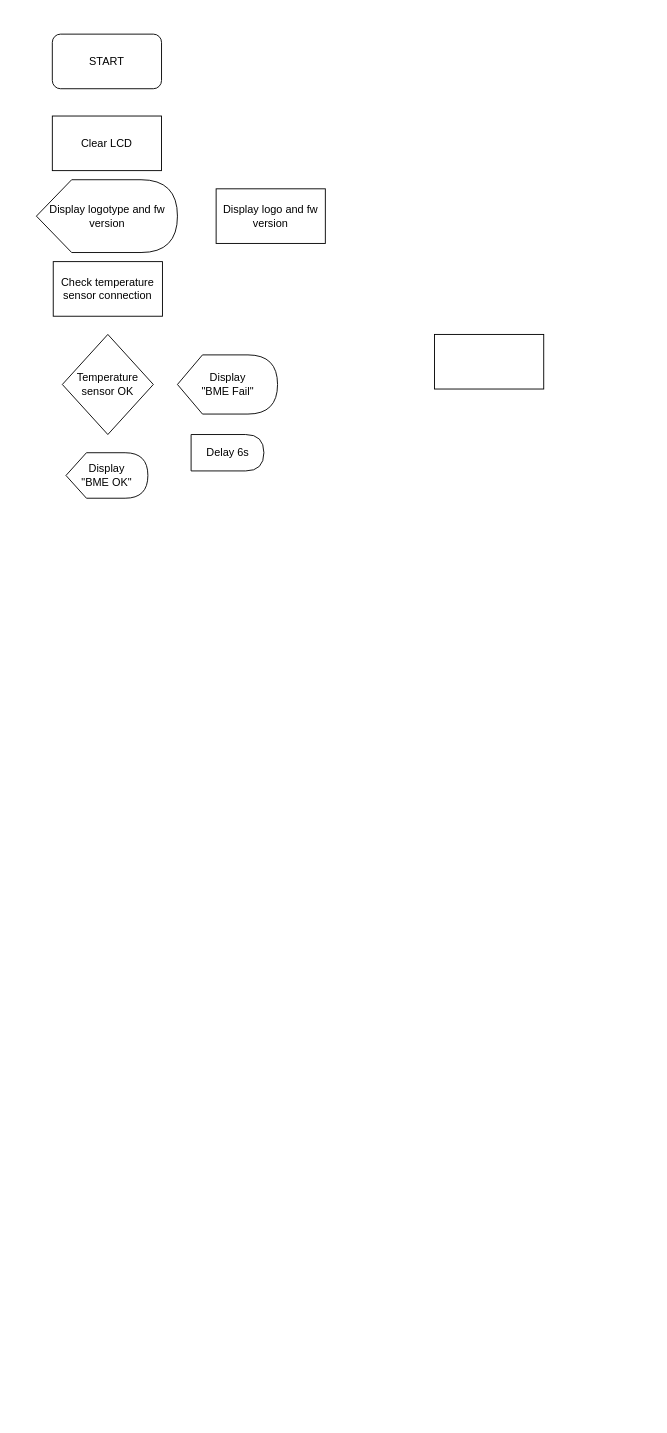
Before: Diagram/Scooter UI.drawio in astra404/blockdiagram, a draw.io diagram. Source tidied: cells renumbered, new cells numbered last; positions are measured from the earlier drawing's top-left corner, leaving out a move shared by most shapes. Both pictures are drawn from the tidied source at 91%, with x=0, y=0 at pixel (35, 34).
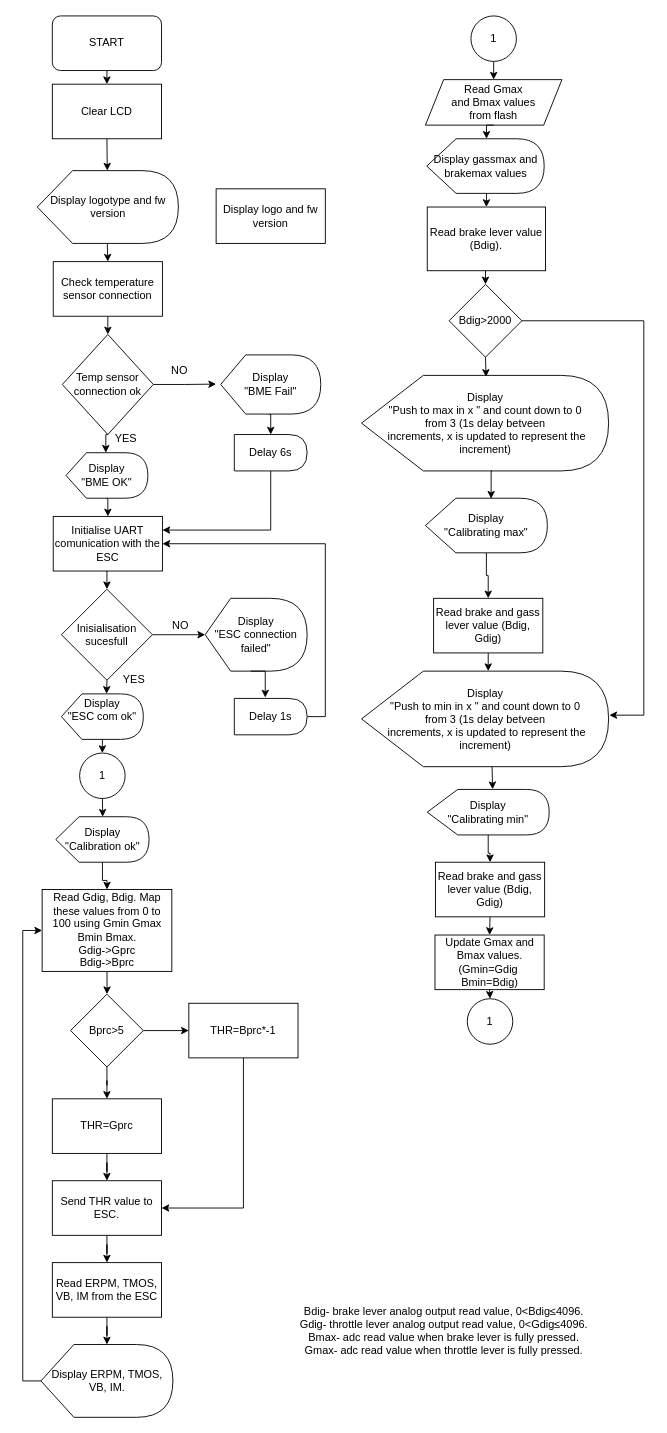
The same page after the edit.

The change refers to these unchanged cells:
```xml
<mxCell id="5" value="Check temperature sensor connection" style="rounded=0;whiteSpace=wrap;html=1;" parent="1" vertex="1">
  <mxGeometry x="19" y="250" width="120" height="60" as="geometry" />
</mxCell>
<mxCell id="11" value="&lt;br&gt;&lt;div&gt;Display &lt;br&gt;&lt;/div&gt;&lt;div&gt;&quot;BME OK&quot;&lt;/div&gt;&lt;div&gt;&lt;br/&gt;&lt;/div&gt;" style="shape=display;whiteSpace=wrap;html=1;" parent="1" vertex="1">
  <mxGeometry x="33" y="460" width="90" height="50" as="geometry" />
</mxCell>
```

Diff of the diagram source:
```diff
@@
+    <mxCell id="12" style="edgeStyle=orthogonalEdgeStyle;rounded=0;jettySize=auto;html=1;exitX=0.5;exitY=1;exitDx=0;exitDy=0;entryX=0.5;entryY=0;entryDx=0;entryDy=0;" parent="1" edge="1" source="2" target="3">
+      <mxGeometry relative="1" as="geometry" />
+    </mxCell>
     <mxCell id="2" value="START" style="rounded=1;whiteSpace=wrap;html=1;" parent="1" vertex="1">
-      <mxGeometry x="18" width="120" height="60" as="geometry" />
+      <mxGeometry x="18" y="-20" width="120" height="60" as="geometry" />
     </mxCell>
     <mxCell id="3" value="Clear LCD" style="rounded=0;whiteSpace=wrap;html=1;" parent="1" vertex="1">
-      <mxGeometry x="18" y="90" width="120" height="60" as="geometry" />
+      <mxGeometry x="18" y="55" width="120" height="60" as="geometry" />
     </mxCell>
@@
+    <mxCell id="13" style="edgeStyle=orthogonalEdgeStyle;rounded=0;jettySize=auto;html=1;exitX=0.5;exitY=1;exitDx=0;exitDy=0;entryX=0.5;entryY=0;entryDx=0;entryDy=0;" parent="1" edge="1" source="5" target="6">
+      <mxGeometry relative="1" as="geometry" />
+    </mxCell>
@@
+    <mxCell id="14" style="edgeStyle=orthogonalEdgeStyle;rounded=0;jettySize=auto;html=1;exitX=1;exitY=0.5;exitDx=0;exitDy=0;" parent="1" edge="1" source="6">
+      <mxGeometry relative="1" as="geometry">
+        <mxPoint x="198" y="384.6" as="targetPoint" />
+      </mxGeometry>
+    </mxCell>
-    <mxCell id="6" value="Temperature sensor OK" style="rhombus;whiteSpace=wrap;html=1;" parent="1" vertex="1">
+    <mxCell id="6" value="Temp sensor connection ok" style="rhombus;whiteSpace=wrap;html=1;" parent="1" vertex="1">
       <mxGeometry x="29" y="330" width="100" height="110" as="geometry" />
     </mxCell>
-    <mxCell id="7" style="rounded=0;whiteSpace=wrap;html=1;" parent="1" vertex="1">
-      <mxGeometry x="438" y="330" width="120" height="60" as="geometry" />
-    </mxCell>
+    <mxCell id="15" style="edgeStyle=orthogonalEdgeStyle;rounded=0;jettySize=auto;html=1;exitX=0;exitY=0;exitDx=76.875;exitDy=80;exitPerimeter=0;entryX=0.5;entryY=0;entryDx=0;entryDy=0;" parent="1" edge="1" source="8" target="5">
+      <mxGeometry relative="1" as="geometry" />
+    </mxCell>
     <mxCell id="8" value="Display logotype and fw version" style="shape=display;whiteSpace=wrap;html=1;" parent="1" vertex="1">
-      <mxGeometry x="0.5" y="160" width="155" height="80" as="geometry" />
+      <mxGeometry x="1.5" y="150" width="155" height="80" as="geometry" />
     </mxCell>
+    <mxCell id="16" style="edgeStyle=orthogonalEdgeStyle;rounded=0;jettySize=auto;html=1;exitX=0;exitY=0;exitDx=52.5;exitDy=65;exitPerimeter=0;entryX=0.5;entryY=0;entryDx=0;entryDy=0;" parent="1" edge="1" source="9" target="10">
+      <mxGeometry relative="1" as="geometry" />
+    </mxCell>
     <mxCell id="9" value="&lt;div&gt;Display &lt;br&gt;&lt;/div&gt;&lt;div&gt;&quot;BME Fail&quot;&lt;/div&gt;" style="shape=display;whiteSpace=wrap;html=1;" parent="1" vertex="1">
-      <mxGeometry x="155.5" y="352.5" width="110" height="65" as="geometry" />
+      <mxGeometry x="203" y="352.5" width="110" height="65" as="geometry" />
     </mxCell>
+    <mxCell id="17" style="edgeStyle=orthogonalEdgeStyle;rounded=0;jettySize=auto;html=1;exitX=0.5;exitY=1;exitDx=0;exitDy=0;entryX=1;entryY=0.25;entryDx=0;entryDy=0;" parent="1" edge="1" source="10" target="20">
+      <mxGeometry relative="1" as="geometry" />
+    </mxCell>
     <mxCell id="10" value="Delay 6s" style="shape=delay;whiteSpace=wrap;html=1;" parent="1" vertex="1">
-      <mxGeometry x="170.5" y="440" width="80" height="40" as="geometry" />
+      <mxGeometry x="218" y="440" width="80" height="40" as="geometry" />
     </mxCell>
+    <mxCell id="18" style="edgeStyle=orthogonalEdgeStyle;rounded=0;jettySize=auto;html=1;exitX=0;exitY=0;exitDx=43.75;exitDy=50;exitPerimeter=0;entryX=0.5;entryY=0;entryDx=0;entryDy=0;" parent="1" edge="1" source="11" target="20">
+      <mxGeometry relative="1" as="geometry" />
+    </mxCell>
@@
+    <mxCell id="19" style="edgeStyle=orthogonalEdgeStyle;rounded=0;jettySize=auto;html=1;exitX=0.5;exitY=1;exitDx=0;exitDy=0;entryX=0.5;entryY=0;entryDx=0;entryDy=0;" parent="1" edge="1" source="20" target="21">
+      <mxGeometry relative="1" as="geometry" />
+    </mxCell>
+    <mxCell id="20" value="Initialise UART comunication with the ESC" style="rounded=0;whiteSpace=wrap;html=1;" parent="1" vertex="1">
+      <mxGeometry x="19" y="530" width="120" height="60" as="geometry" />
+    </mxCell>
+    <mxCell id="21" value="Inisialisation sucesfull" style="rhombus;whiteSpace=wrap;html=1;" parent="1" vertex="1">
+      <mxGeometry x="28" y="610" width="100" height="100" as="geometry" />
+    </mxCell>
+    <mxCell id="22" value="&lt;div&gt;Display &lt;br&gt;&lt;/div&gt;&lt;div&gt;&quot;ESC connection failed&quot;&lt;/div&gt;" style="shape=display;whiteSpace=wrap;html=1;" parent="1" vertex="1">
+      <mxGeometry x="186" y="620" width="112" height="80" as="geometry" />
+    </mxCell>
+    <mxCell id="23" style="edgeStyle=orthogonalEdgeStyle;rounded=0;jettySize=auto;html=1;exitX=1;exitY=0.5;exitDx=0;exitDy=0;entryX=1;entryY=0.5;entryDx=0;entryDy=0;" parent="1" edge="1" source="24" target="20">
+      <mxGeometry relative="1" as="geometry" />
+    </mxCell>
+    <mxCell id="24" value="Delay 1s" style="shape=delay;whiteSpace=wrap;html=1;" parent="1" vertex="1">
+      <mxGeometry x="218" y="730" width="80" height="40" as="geometry" />
+    </mxCell>
+    <mxCell id="25" style="edgeStyle=orthogonalEdgeStyle;rounded=0;jettySize=auto;html=1;exitX=0;exitY=0;exitDx=43.75;exitDy=50;exitPerimeter=0;entryX=0.5;entryY=0;entryDx=0;entryDy=0;" parent="1" edge="1" source="26" target="50">
+      <mxGeometry relative="1" as="geometry" />
+    </mxCell>
+    <mxCell id="26" value="&lt;br&gt;&lt;div&gt;Display &lt;br&gt;&lt;/div&gt;&lt;div&gt;&quot;ESC com ok&quot;&lt;/div&gt;&lt;div&gt;&lt;br&gt;&lt;br&gt;&lt;/div&gt;" style="shape=display;whiteSpace=wrap;html=1;" parent="1" vertex="1">
+      <mxGeometry x="28" y="725" width="90" height="50" as="geometry" />
+    </mxCell>
+    <mxCell id="27" value="&lt;div&gt;Read Gmax &lt;br&gt;&lt;/div&gt;&lt;div&gt;and Bmax values &lt;br&gt;&lt;/div&gt;&lt;div&gt;from flash&lt;/div&gt;" style="shape=parallelogram;perimeter=parallelogramPerimeter;whiteSpace=wrap;html=1;fixedSize=1;" parent="1" vertex="1">
+      <mxGeometry x="428" y="50" width="150" height="50" as="geometry" />
+    </mxCell>
+    <mxCell id="28" style="edgeStyle=orthogonalEdgeStyle;rounded=0;jettySize=auto;html=1;exitX=0;exitY=0;exitDx=65.625;exitDy=60;exitPerimeter=0;entryX=0.5;entryY=0;entryDx=0;entryDy=0;" parent="1" edge="1" source="29" target="31">
+      <mxGeometry relative="1" as="geometry" />
+    </mxCell>
+    <mxCell id="29" value="Display gassmax and brakemax values " style="shape=display;whiteSpace=wrap;html=1;" parent="1" vertex="1">
+      <mxGeometry x="429.5" y="115" width="129" height="60" as="geometry" />
+    </mxCell>
+    <mxCell id="30" style="edgeStyle=orthogonalEdgeStyle;rounded=0;jettySize=auto;html=1;exitX=0.5;exitY=1;exitDx=0;exitDy=0;entryX=0.5;entryY=0;entryDx=0;entryDy=0;" parent="1" edge="1" source="31" target="34">
+      <mxGeometry relative="1" as="geometry" />
+    </mxCell>
+    <mxCell id="31" value="Read brake lever value (Bdig)." style="rounded=0;whiteSpace=wrap;html=1;" parent="1" vertex="1">
+      <mxGeometry x="430" y="190" width="130" height="70" as="geometry" />
+    </mxCell>
+    <mxCell id="32" value="&lt;div&gt;Bdig- brake lever analog output read value, 0&amp;lt;Bdig≤&lt;span class=&quot;ILfuVd&quot; lang=&quot;en&quot;&gt;4096&lt;/span&gt;.&lt;/div&gt;&lt;div&gt;Gdig- throttle lever analog output read value, 0&amp;lt;Gdig≤4096.&lt;/div&gt;&lt;div&gt;Bmax- adc read value when brake lever is fully pressed.&lt;/div&gt;&lt;div&gt;Gmax- adc read value when throttle lever is fully pressed.&lt;/div&gt;" style="text;html=1;align=center;verticalAlign=middle;strokeColor=none;fillColor=none;" parent="1" vertex="1">
+      <mxGeometry x="278" y="1390" width="340" height="70" as="geometry" />
+    </mxCell>
+    <mxCell id="33" style="edgeStyle=orthogonalEdgeStyle;rounded=0;jettySize=auto;html=1;exitX=1;exitY=0.5;exitDx=0;exitDy=0;entryX=1.003;entryY=0.461;entryDx=0;entryDy=0;entryPerimeter=0;" parent="1" edge="1" source="34" target="44">
+      <mxGeometry relative="1" as="geometry">
+        <Array as="points">
+          <mxPoint x="668" y="315" />
+          <mxPoint x="668" y="748" />
+        </Array>
+      </mxGeometry>
+    </mxCell>
+    <mxCell id="34" value="Bdig&amp;gt;2000" style="rhombus;whiteSpace=wrap;html=1;" parent="1" vertex="1">
+      <mxGeometry x="454" y="275" width="80" height="80" as="geometry" />
+    </mxCell>
+    <mxCell id="35" value="&lt;div&gt;Display &lt;br&gt;&lt;/div&gt;&lt;div&gt;&quot;Push to max in x &quot; and count down to 0 &lt;br&gt;&lt;/div&gt;&lt;div&gt;from 3 (1s delay betveen&lt;/div&gt;&lt;div&gt;&amp;nbsp;increments, x is updated to represent the increment)&lt;/div&gt;" style="shape=display;whiteSpace=wrap;html=1;" parent="1" vertex="1">
+      <mxGeometry x="357.8" y="375" width="271.5" height="105" as="geometry" />
+    </mxCell>
+    <mxCell id="36" style="edgeStyle=orthogonalEdgeStyle;rounded=0;jettySize=auto;html=1;exitX=0.5;exitY=1;exitDx=0;exitDy=0;entryX=0.5;entryY=0;entryDx=0;entryDy=0;" parent="1" edge="1" source="37" target="27">
+      <mxGeometry relative="1" as="geometry" />
+    </mxCell>
+    <mxCell id="37" value="1" style="ellipse;whiteSpace=wrap;html=1;" parent="1" vertex="1">
+      <mxGeometry x="478" y="-20" width="50" height="50" as="geometry" />
+    </mxCell>
+    <mxCell id="38" style="edgeStyle=orthogonalEdgeStyle;rounded=0;jettySize=auto;html=1;" parent="1" edge="1" source="39" target="41">
+      <mxGeometry relative="1" as="geometry" />
+    </mxCell>
+    <mxCell id="39" value="&lt;div&gt;Display&lt;/div&gt;&lt;div&gt;&quot;Calibrating max&quot;&lt;br&gt;&lt;/div&gt;" style="shape=display;whiteSpace=wrap;html=1;" parent="1" vertex="1">
+      <mxGeometry x="428" y="510" width="134" height="60" as="geometry" />
+    </mxCell>
+    <mxCell id="40" style="edgeStyle=orthogonalEdgeStyle;rounded=0;jettySize=auto;html=1;" parent="1" edge="1" source="41" target="44">
+      <mxGeometry relative="1" as="geometry">
+        <Array as="points">
+          <mxPoint x="498" y="680" />
+          <mxPoint x="498" y="680" />
+        </Array>
+      </mxGeometry>
+    </mxCell>
+    <mxCell id="41" value="Read brake and gass lever value (Bdig, Gdig)" style="rounded=0;whiteSpace=wrap;html=1;" parent="1" vertex="1">
+      <mxGeometry x="437" y="620" width="120" height="60" as="geometry" />
+    </mxCell>
+    <mxCell id="42" style="edgeStyle=orthogonalEdgeStyle;rounded=0;jettySize=auto;html=1;exitX=0.5;exitY=1;exitDx=0;exitDy=0;entryX=0.5;entryY=0;entryDx=0;entryDy=0;" parent="1" edge="1" source="43" target="49">
+      <mxGeometry relative="1" as="geometry" />
+    </mxCell>
+    <mxCell id="43" value="&lt;div&gt;Update Gmax and Bmax values.&lt;/div&gt;&lt;div&gt;(Gmin=Gdig&amp;nbsp; Bmin=Bdig)&lt;br&gt;&lt;/div&gt;" style="rounded=0;whiteSpace=wrap;html=1;" parent="1" vertex="1">
+      <mxGeometry x="438.5" y="990" width="120" height="60" as="geometry" />
+    </mxCell>
+    <mxCell id="44" value="&lt;div&gt;Display &lt;br&gt;&lt;/div&gt;&lt;div&gt;&quot;Push to min in x &quot; and count down to 0 &lt;br&gt;&lt;/div&gt;&lt;div&gt;from 3 (1s delay betveen&lt;/div&gt;&lt;div&gt;&amp;nbsp;increments, x is updated to represent the increment)&lt;/div&gt;" style="shape=display;whiteSpace=wrap;html=1;" parent="1" vertex="1">
+      <mxGeometry x="357.8" y="700" width="271.5" height="105" as="geometry" />
+    </mxCell>
+    <mxCell id="45" style="edgeStyle=orthogonalEdgeStyle;rounded=0;jettySize=auto;html=1;" parent="1" edge="1" source="46" target="48">
+      <mxGeometry relative="1" as="geometry" />
+    </mxCell>
+    <mxCell id="46" value="&lt;div&gt;Display&lt;/div&gt;&lt;div&gt;&quot;Calibrating min&quot;&lt;br&gt;&lt;/div&gt;" style="shape=display;whiteSpace=wrap;html=1;" parent="1" vertex="1">
+      <mxGeometry x="430" y="830" width="134" height="50" as="geometry" />
+    </mxCell>
+    <mxCell id="47" style="edgeStyle=orthogonalEdgeStyle;rounded=0;jettySize=auto;html=1;exitX=0.5;exitY=1;exitDx=0;exitDy=0;entryX=0.5;entryY=0;entryDx=0;entryDy=0;" parent="1" edge="1" source="48" target="43">
+      <mxGeometry relative="1" as="geometry" />
+    </mxCell>
+    <mxCell id="48" value="Read brake and gass lever value (Bdig, Gdig)" style="rounded=0;whiteSpace=wrap;html=1;" parent="1" vertex="1">
+      <mxGeometry x="439" y="910" width="120" height="60" as="geometry" />
+    </mxCell>
+    <mxCell id="49" value="1" style="ellipse;whiteSpace=wrap;html=1;" parent="1" vertex="1">
+      <mxGeometry x="474" y="1060" width="50" height="50" as="geometry" />
+    </mxCell>
+    <mxCell id="50" value="1" style="ellipse;whiteSpace=wrap;html=1;" parent="1" vertex="1">
+      <mxGeometry x="48" y="790" width="50" height="50" as="geometry" />
+    </mxCell>
+    <mxCell id="51" style="edgeStyle=orthogonalEdgeStyle;rounded=0;jettySize=auto;html=1;" parent="1" edge="1" source="52" target="68">
+      <mxGeometry relative="1" as="geometry" />
+    </mxCell>
+    <mxCell id="52" value="Display &quot;Calibration ok&quot;" style="shape=display;whiteSpace=wrap;html=1;" parent="1" vertex="1">
+      <mxGeometry x="21.8" y="860" width="102.5" height="50" as="geometry" />
+    </mxCell>
+    <mxCell id="53" style="edgeStyle=orthogonalEdgeStyle;rounded=0;jettySize=auto;html=1;exitX=0.5;exitY=1;exitDx=0;exitDy=0;entryX=0;entryY=0;entryDx=76.875;entryDy=0;entryPerimeter=0;" parent="1" edge="1" source="3" target="8">
+      <mxGeometry relative="1" as="geometry" />
+    </mxCell>
+    <mxCell id="54" style="edgeStyle=orthogonalEdgeStyle;rounded=0;jettySize=auto;html=1;exitX=0.5;exitY=1;exitDx=0;exitDy=0;entryX=0;entryY=0;entryDx=43.75;entryDy=0;entryPerimeter=0;" parent="1" edge="1" source="6" target="11">
+      <mxGeometry relative="1" as="geometry" />
+    </mxCell>
+    <mxCell id="55" style="edgeStyle=orthogonalEdgeStyle;rounded=0;jettySize=auto;html=1;exitX=0.5;exitY=1;exitDx=0;exitDy=0;entryX=0.551;entryY=0;entryDx=0;entryDy=0;entryPerimeter=0;" parent="1" edge="1" source="21" target="26">
+      <mxGeometry relative="1" as="geometry" />
+    </mxCell>
+    <mxCell id="56" style="edgeStyle=orthogonalEdgeStyle;rounded=0;jettySize=auto;html=1;exitX=0.5;exitY=1;exitDx=0;exitDy=0;entryX=0;entryY=0;entryDx=51.5625;entryDy=0;entryPerimeter=0;" parent="1" edge="1" source="50" target="52">
+      <mxGeometry relative="1" as="geometry" />
+    </mxCell>
+    <mxCell id="57" value="YES" style="text;html=1;align=center;verticalAlign=middle;whiteSpace=wrap;rounded=0;" parent="1" vertex="1">
+      <mxGeometry x="69" y="430" width="60" height="30" as="geometry" />
+    </mxCell>
+    <mxCell id="58" value="NO" style="text;html=1;align=center;verticalAlign=middle;whiteSpace=wrap;rounded=0;" parent="1" vertex="1">
+      <mxGeometry x="128" y="355" width="60" height="30" as="geometry" />
+    </mxCell>
+    <mxCell id="59" style="edgeStyle=orthogonalEdgeStyle;rounded=0;jettySize=auto;html=1;exitX=1;exitY=0.5;exitDx=0;exitDy=0;entryX=0;entryY=0.5;entryDx=0;entryDy=0;entryPerimeter=0;" parent="1" edge="1" source="21" target="22">
+      <mxGeometry relative="1" as="geometry" />
+    </mxCell>
+    <mxCell id="60" value="NO" style="text;html=1;align=center;verticalAlign=middle;whiteSpace=wrap;rounded=0;" parent="1" vertex="1">
+      <mxGeometry x="129" y="635" width="60" height="30" as="geometry" />
+    </mxCell>
+    <mxCell id="61" value="YES" style="text;html=1;align=center;verticalAlign=middle;whiteSpace=wrap;rounded=0;" parent="1" vertex="1">
+      <mxGeometry x="78" y="695" width="60" height="30" as="geometry" />
+    </mxCell>
+    <mxCell id="62" style="edgeStyle=orthogonalEdgeStyle;rounded=0;jettySize=auto;html=1;exitX=0;exitY=0;exitDx=50;exitDy=80;exitPerimeter=0;entryX=0.425;entryY=-0.025;entryDx=0;entryDy=0;entryPerimeter=0;" parent="1" edge="1" source="22" target="24">
+      <mxGeometry relative="1" as="geometry" />
+    </mxCell>
+    <mxCell id="63" style="edgeStyle=orthogonalEdgeStyle;rounded=0;jettySize=auto;html=1;exitX=0.5;exitY=1;exitDx=0;exitDy=0;entryX=0;entryY=0;entryDx=65.625;entryDy=0;entryPerimeter=0;" parent="1" edge="1" source="27" target="29">
+      <mxGeometry relative="1" as="geometry" />
+    </mxCell>
+    <mxCell id="64" style="edgeStyle=orthogonalEdgeStyle;rounded=0;jettySize=auto;html=1;exitX=0.5;exitY=1;exitDx=0;exitDy=0;entryX=0.504;entryY=0.016;entryDx=0;entryDy=0;entryPerimeter=0;" parent="1" edge="1" source="34" target="35">
+      <mxGeometry relative="1" as="geometry" />
+    </mxCell>
+    <mxCell id="65" style="edgeStyle=orthogonalEdgeStyle;rounded=0;jettySize=auto;html=1;exitX=0;exitY=0;exitDx=143.4375;exitDy=105;exitPerimeter=0;entryX=0.539;entryY=0.009;entryDx=0;entryDy=0;entryPerimeter=0;" parent="1" edge="1" source="35" target="39">
+      <mxGeometry relative="1" as="geometry" />
+    </mxCell>
+    <mxCell id="66" style="edgeStyle=orthogonalEdgeStyle;rounded=0;jettySize=auto;html=1;exitX=0;exitY=0;exitDx=143.4375;exitDy=105;exitPerimeter=0;entryX=0.536;entryY=-0.004;entryDx=0;entryDy=0;entryPerimeter=0;" parent="1" edge="1" source="44" target="46">
+      <mxGeometry relative="1" as="geometry" />
+    </mxCell>
+    <mxCell id="67" style="edgeStyle=orthogonalEdgeStyle;rounded=0;jettySize=auto;html=1;" parent="1" edge="1" source="68" target="71">
+      <mxGeometry relative="1" as="geometry" />
+    </mxCell>
+    <mxCell id="68" value="&lt;div&gt;Read Gdig, Bdig. Map these values from 0 to 100 using Gmin Gmax Bmin Bmax.&lt;/div&gt;&lt;div&gt;Gdig-&amp;gt;Gprc&lt;/div&gt;&lt;div&gt;Bdig-&amp;gt;Bprc&lt;br&gt;&lt;/div&gt;" style="rounded=0;whiteSpace=wrap;html=1;" parent="1" vertex="1">
+      <mxGeometry x="6.8" y="940" width="142.5" height="90" as="geometry" />
+    </mxCell>
+    <mxCell id="69" style="edgeStyle=orthogonalEdgeStyle;rounded=0;jettySize=auto;html=1;" parent="1" edge="1" source="71" target="73">
+      <mxGeometry relative="1" as="geometry" />
+    </mxCell>
+    <mxCell id="70" style="edgeStyle=orthogonalEdgeStyle;rounded=0;jettySize=auto;html=1;" parent="1" edge="1" source="71" target="75">
+      <mxGeometry relative="1" as="geometry" />
+    </mxCell>
+    <mxCell id="71" value="Bprc&amp;gt;5" style="rhombus;whiteSpace=wrap;html=1;" parent="1" vertex="1">
+      <mxGeometry x="38" y="1055" width="80" height="80" as="geometry" />
+    </mxCell>
+    <mxCell id="72" style="edgeStyle=orthogonalEdgeStyle;rounded=0;jettySize=auto;html=1;exitX=0.5;exitY=1;exitDx=0;exitDy=0;entryX=1;entryY=0.5;entryDx=0;entryDy=0;" parent="1" edge="1" source="73" target="77">
+      <mxGeometry relative="1" as="geometry" />
+    </mxCell>
+    <mxCell id="73" value="THR=Bprc*-1" style="rounded=0;whiteSpace=wrap;html=1;" parent="1" vertex="1">
+      <mxGeometry x="168" y="1065" width="120" height="60" as="geometry" />
+    </mxCell>
+    <mxCell id="74" style="edgeStyle=orthogonalEdgeStyle;rounded=0;jettySize=auto;html=1;" parent="1" edge="1" source="75" target="77">
+      <mxGeometry relative="1" as="geometry" />
+    </mxCell>
+    <mxCell id="75" value="THR=Gprc" style="rounded=0;whiteSpace=wrap;html=1;" parent="1" vertex="1">
+      <mxGeometry x="18" y="1170" width="120" height="60" as="geometry" />
+    </mxCell>
+    <mxCell id="76" style="edgeStyle=orthogonalEdgeStyle;rounded=0;jettySize=auto;html=1;" parent="1" edge="1" source="77" target="79">
+      <mxGeometry relative="1" as="geometry" />
+    </mxCell>
+    <mxCell id="77" value="Send THR value to ESC." style="rounded=0;whiteSpace=wrap;html=1;" parent="1" vertex="1">
+      <mxGeometry x="18" y="1260" width="120" height="60" as="geometry" />
+    </mxCell>
+    <mxCell id="78" style="edgeStyle=orthogonalEdgeStyle;rounded=0;jettySize=auto;html=1;" parent="1" edge="1" source="79" target="81">
+      <mxGeometry relative="1" as="geometry" />
+    </mxCell>
+    <mxCell id="79" value="Read ERPM, TMOS, VB, IM from the ESC" style="rounded=0;whiteSpace=wrap;html=1;" parent="1" vertex="1">
+      <mxGeometry x="18" y="1350" width="120" height="60" as="geometry" />
+    </mxCell>
+    <mxCell id="80" style="edgeStyle=orthogonalEdgeStyle;rounded=0;jettySize=auto;html=1;exitX=0;exitY=0.5;exitDx=0;exitDy=0;exitPerimeter=0;entryX=0;entryY=0.5;entryDx=0;entryDy=0;" parent="1" edge="1" source="81" target="68">
+      <mxGeometry relative="1" as="geometry" />
+    </mxCell>
+    <mxCell id="81" value="Display ERPM, TMOS, VB, IM." style="shape=display;whiteSpace=wrap;html=1;" parent="1" vertex="1">
+      <mxGeometry x="5.5" y="1440" width="145" height="80" as="geometry" />
+    </mxCell>
```
